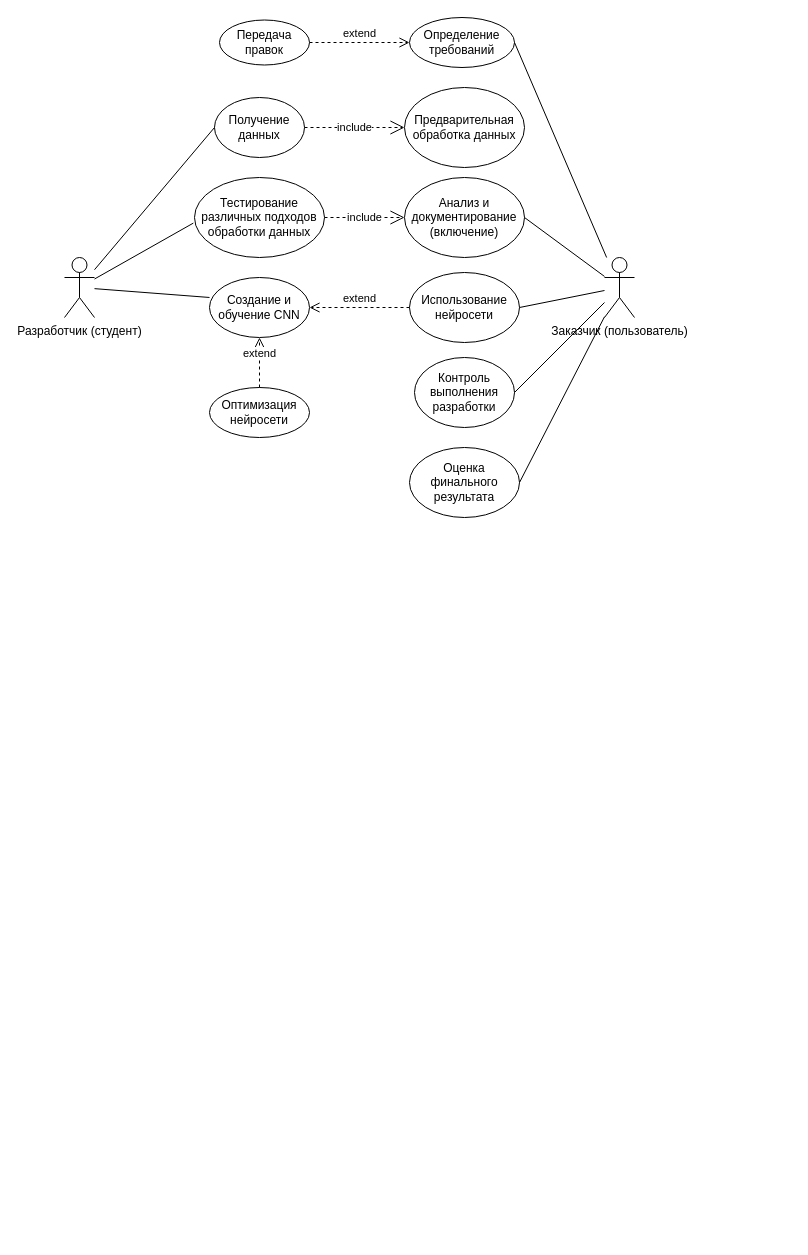
Earlier version of the draw.io diagram Untitled Diagram.drawio (GeekNekoS/Draw_io). Source tidied: cells renumbered, new cells numbered last; positions are measured from the earlier drawing's top-left corner, leaving out a move shared by most shapes. Both pictures are drawn from the tidied source at 100%, with x=0, y=0 at pixel (64, 17).
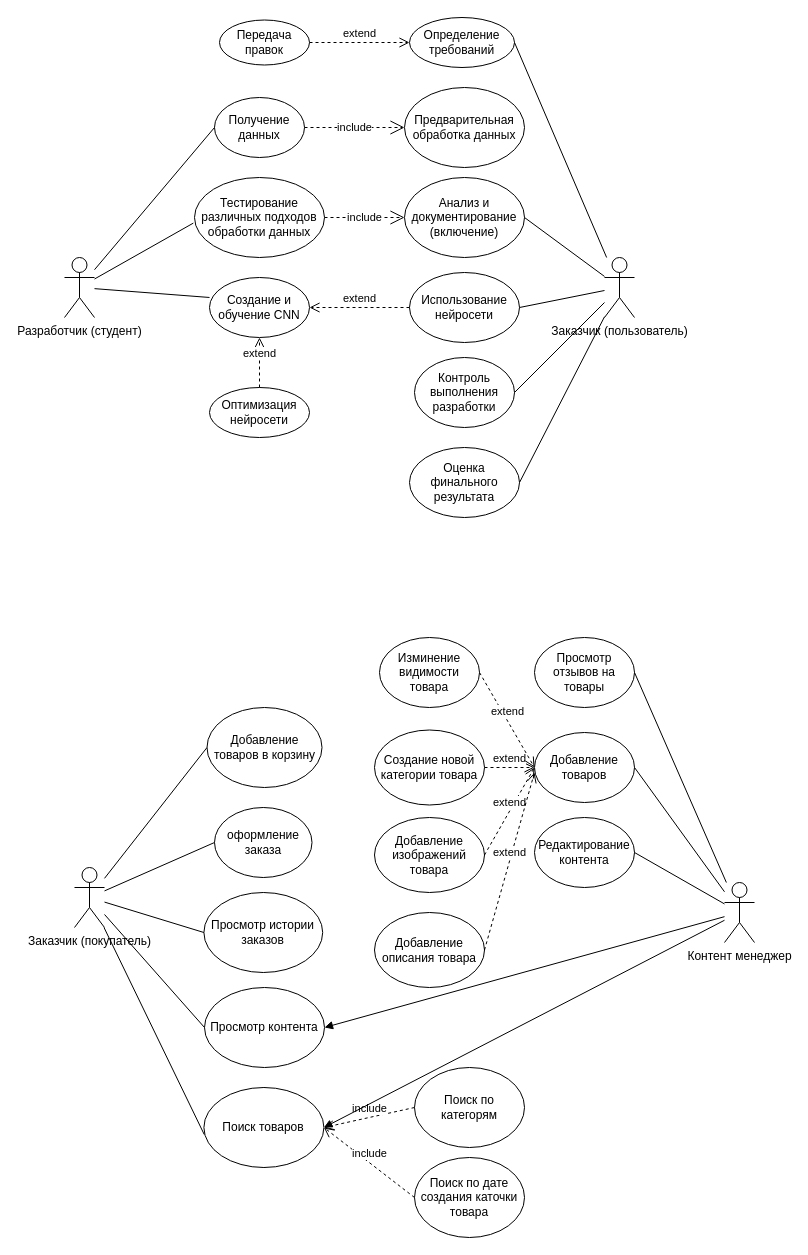
Above is the later version.

Change to the diagram source:
```diff
@@
+    <mxCell id="28" value="Контент менеджер" style="shape=umlActor;verticalLabelPosition=bottom;verticalAlign=top;html=1;outlineConnect=0;" parent="1" vertex="1">
+      <mxGeometry x="660" y="865" width="30" height="60" as="geometry" />
+    </mxCell>
+    <mxCell id="29" value="Просмотр контента" style="ellipse;whiteSpace=wrap;html=1;" parent="1" vertex="1">
+      <mxGeometry x="140" y="970" width="120" height="80" as="geometry" />
+    </mxCell>
+    <mxCell id="30" value="Добавление товаров в корзину" style="ellipse;whiteSpace=wrap;html=1;" parent="1" vertex="1">
+      <mxGeometry x="142.5" y="690" width="115" height="80" as="geometry" />
+    </mxCell>
+    <mxCell id="31" value="оформление заказа" style="ellipse;whiteSpace=wrap;html=1;" parent="1" vertex="1">
+      <mxGeometry x="150" y="790" width="97.5" height="70" as="geometry" />
+    </mxCell>
+    <mxCell id="32" value="Заказчик (покупатель)" style="shape=umlActor;verticalLabelPosition=bottom;verticalAlign=top;html=1;outlineConnect=0;" parent="1" vertex="1">
+      <mxGeometry x="10" y="850" width="30" height="60" as="geometry" />
+    </mxCell>
+    <mxCell id="33" value="Добавление товаров" style="ellipse;whiteSpace=wrap;html=1;" parent="1" vertex="1">
+      <mxGeometry x="470" y="715" width="100" height="70" as="geometry" />
+    </mxCell>
+    <mxCell id="34" value="Редактирование контента" style="ellipse;whiteSpace=wrap;html=1;" parent="1" vertex="1">
+      <mxGeometry x="470" y="800" width="100" height="70" as="geometry" />
+    </mxCell>
+    <mxCell id="35" value="Просмотр истории заказов" style="ellipse;whiteSpace=wrap;html=1;" parent="1" vertex="1">
+      <mxGeometry x="139.4" y="875" width="118.8" height="80" as="geometry" />
+    </mxCell>
+    <mxCell id="36" value="Просмотр отзывов на товары" style="ellipse;whiteSpace=wrap;html=1;" parent="1" vertex="1">
+      <mxGeometry x="470" y="620" width="100" height="70" as="geometry" />
+    </mxCell>
+    <mxCell id="37" value="Изминение видимости товара" style="ellipse;whiteSpace=wrap;html=1;" parent="1" vertex="1">
+      <mxGeometry x="315" y="620" width="100" height="70" as="geometry" />
+    </mxCell>
+    <mxCell id="38" value="Поиск товаров" style="ellipse;whiteSpace=wrap;html=1;" parent="1" vertex="1">
+      <mxGeometry x="139.4" y="1070" width="120" height="80" as="geometry" />
+    </mxCell>
+    <mxCell id="39" value="Поиск по категорям" style="ellipse;whiteSpace=wrap;html=1;" parent="1" vertex="1">
+      <mxGeometry x="350" y="1050" width="110" height="80" as="geometry" />
+    </mxCell>
+    <mxCell id="40" value="Поиск по дате создания каточки товара" style="ellipse;whiteSpace=wrap;html=1;" parent="1" vertex="1">
+      <mxGeometry x="350" y="1140" width="110" height="80" as="geometry" />
+    </mxCell>
+    <mxCell id="41" style="endArrow=none;html=1;rounded=0;entryX=0.003;entryY=0.588;entryDx=0;entryDy=0;entryPerimeter=0;" parent="1" edge="1" source="32" target="38">
+      <mxGeometry relative="1" as="geometry" />
+    </mxCell>
+    <mxCell id="42" style="endArrow=none;html=1;rounded=0;entryX=0;entryY=0.5;entryDx=0;entryDy=0;" parent="1" edge="1" source="32" target="35">
+      <mxGeometry relative="1" as="geometry" />
+    </mxCell>
+    <mxCell id="43" style="endArrow=none;html=1;rounded=0;entryX=0;entryY=0.5;entryDx=0;entryDy=0;" parent="1" edge="1" source="32" target="30">
+      <mxGeometry relative="1" as="geometry" />
+    </mxCell>
+    <mxCell id="44" style="endArrow=none;html=1;rounded=0;entryX=0;entryY=0.5;entryDx=0;entryDy=0;" parent="1" edge="1" source="32" target="31">
+      <mxGeometry relative="1" as="geometry" />
+    </mxCell>
+    <mxCell id="45" style="endArrow=none;html=1;rounded=0;entryX=0;entryY=0.5;entryDx=0;entryDy=0;" parent="1" edge="1" source="32" target="29">
+      <mxGeometry relative="1" as="geometry" />
+    </mxCell>
+    <mxCell id="46" value="&lt;div&gt;include&lt;/div&gt;" style="html=1;verticalAlign=bottom;endArrow=open;dashed=1;endSize=8;curved=0;rounded=0;exitX=0;exitY=0.5;exitDx=0;exitDy=0;entryX=1;entryY=0.5;entryDx=0;entryDy=0;" parent="1" edge="1" source="39" target="38">
+      <mxGeometry relative="1" as="geometry" />
+    </mxCell>
+    <mxCell id="47" value="&lt;div&gt;include&lt;/div&gt;" style="html=1;verticalAlign=bottom;endArrow=open;dashed=1;endSize=8;curved=0;rounded=0;exitX=0;exitY=0.5;exitDx=0;exitDy=0;entryX=1;entryY=0.5;entryDx=0;entryDy=0;" parent="1" edge="1" source="40" target="38">
+      <mxGeometry relative="1" as="geometry" />
+    </mxCell>
+    <mxCell id="48" style="endArrow=none;html=1;rounded=0;entryX=1;entryY=0.5;entryDx=0;entryDy=0;" parent="1" edge="1" source="28" target="36">
+      <mxGeometry relative="1" as="geometry" />
+    </mxCell>
+    <mxCell id="49" style="endArrow=none;html=1;rounded=0;entryX=1;entryY=0.5;entryDx=0;entryDy=0;" parent="1" edge="1" source="28" target="34">
+      <mxGeometry relative="1" as="geometry" />
+    </mxCell>
+    <mxCell id="50" style="endArrow=none;html=1;rounded=0;entryX=1;entryY=0.5;entryDx=0;entryDy=0;" parent="1" edge="1" source="28" target="33">
+      <mxGeometry relative="1" as="geometry" />
+    </mxCell>
+    <mxCell id="51" value="Создание новой категории товара" style="ellipse;whiteSpace=wrap;html=1;" parent="1" vertex="1">
+      <mxGeometry x="310" y="712.5" width="110" height="75" as="geometry" />
+    </mxCell>
+    <mxCell id="52" value="extend" style="html=1;verticalAlign=bottom;endArrow=open;dashed=1;endSize=8;curved=0;rounded=0;exitX=1;exitY=0.5;exitDx=0;exitDy=0;entryX=0;entryY=0.5;entryDx=0;entryDy=0;" parent="1" edge="1" source="51" target="33">
+      <mxGeometry relative="1" as="geometry" />
+    </mxCell>
+    <mxCell id="53" value="Добавление изображений товара" style="ellipse;whiteSpace=wrap;html=1;" parent="1" vertex="1">
+      <mxGeometry x="310" y="800" width="110" height="75" as="geometry" />
+    </mxCell>
+    <mxCell id="54" value="extend" style="html=1;verticalAlign=bottom;endArrow=open;dashed=1;endSize=8;curved=0;rounded=0;exitX=1;exitY=0.5;exitDx=0;exitDy=0;entryX=0;entryY=0.5;entryDx=0;entryDy=0;" parent="1" edge="1" source="53" target="33">
+      <mxGeometry relative="1" as="geometry" />
+    </mxCell>
+    <mxCell id="55" value="Добавление описания товара" style="ellipse;whiteSpace=wrap;html=1;" parent="1" vertex="1">
+      <mxGeometry x="310" y="895" width="110" height="75" as="geometry" />
+    </mxCell>
+    <mxCell id="56" value="extend" style="html=1;verticalAlign=bottom;endArrow=open;dashed=1;endSize=8;curved=0;rounded=0;exitX=1;exitY=0.5;exitDx=0;exitDy=0;" parent="1" edge="1" source="55">
+      <mxGeometry relative="1" as="geometry">
+        <mxPoint x="470" y="755" as="targetPoint" />
+      </mxGeometry>
+    </mxCell>
+    <mxCell id="57" value="extend" style="html=1;verticalAlign=bottom;endArrow=open;dashed=1;endSize=8;curved=0;rounded=0;exitX=1;exitY=0.5;exitDx=0;exitDy=0;entryX=0;entryY=0.5;entryDx=0;entryDy=0;" parent="1" edge="1" source="37" target="33">
+      <mxGeometry relative="1" as="geometry" />
+    </mxCell>
+    <mxCell id="58" style="html=1;verticalAlign=bottom;endArrow=block;curved=0;rounded=0;entryX=1;entryY=0.5;entryDx=0;entryDy=0;" parent="1" edge="1" source="28" target="38">
+      <mxGeometry relative="1" as="geometry" />
+    </mxCell>
+    <mxCell id="59" style="html=1;verticalAlign=bottom;endArrow=block;curved=0;rounded=0;entryX=1;entryY=0.5;entryDx=0;entryDy=0;" parent="1" edge="1" source="28" target="29">
+      <mxGeometry relative="1" as="geometry" />
+    </mxCell>
```
